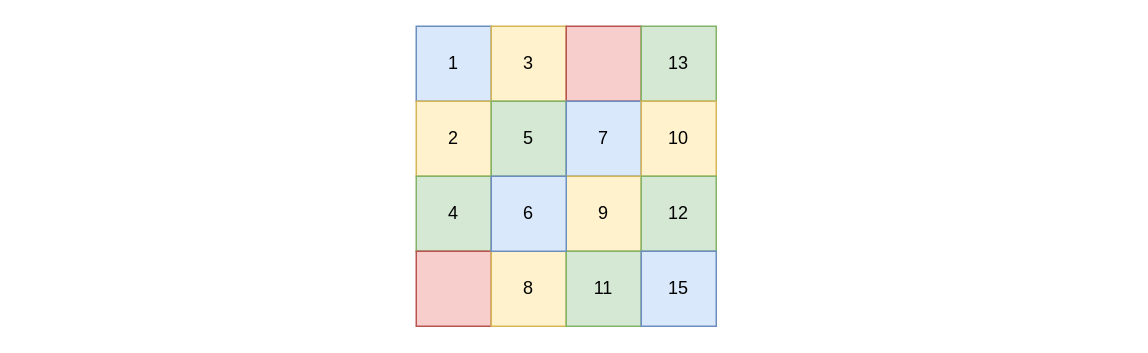
Earlier version of the draw.io diagram algorithm/bfs遍历流程.drawio (erlieStar/diagrams). Source tidied: cells renumbered, new cells numbered last; positions are measured from the earlier drawing's top-left corner, leaving out a move shared by most shapes. Both pictures are drawn from the tidied source at 150%, with x=0, y=0 at pixel (416, 26).
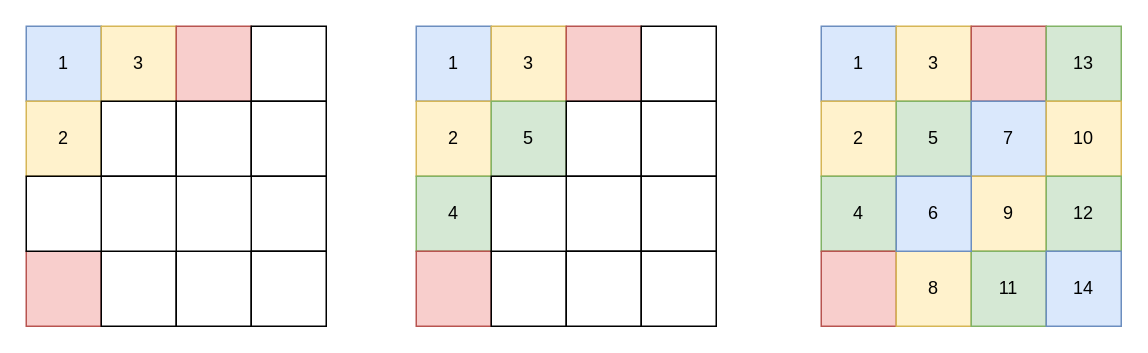
The same page after the edit.

Change to the diagram source:
```diff
@@
-    <mxCell id="7" value="7" style="rounded=0;whiteSpace=wrap;html=1;fillColor=#dae8fc;strokeColor=#6c8ebf;" parent="1" vertex="1">
+    <mxCell id="7" style="rounded=0;whiteSpace=wrap;html=1;" parent="1" vertex="1">
       <mxGeometry x="100" y="50" width="50" height="50" as="geometry" />
     </mxCell>
@@
-    <mxCell id="9" value="9" style="rounded=0;whiteSpace=wrap;html=1;fillColor=#fff2cc;strokeColor=#d6b656;" parent="1" vertex="1">
+    <mxCell id="9" style="rounded=0;whiteSpace=wrap;html=1;" parent="1" vertex="1">
       <mxGeometry x="100" y="100" width="50" height="50" as="geometry" />
     </mxCell>
-    <mxCell id="10" value="13" style="rounded=0;whiteSpace=wrap;html=1;fillColor=#d5e8d4;strokeColor=#82b366;" parent="1" vertex="1">
+    <mxCell id="10" style="rounded=0;whiteSpace=wrap;html=1;" parent="1" vertex="1">
       <mxGeometry x="150" width="50" height="50" as="geometry" />
     </mxCell>
-    <mxCell id="11" value="10" style="rounded=0;whiteSpace=wrap;html=1;fillColor=#fff2cc;strokeColor=#d6b656;" parent="1" vertex="1">
+    <mxCell id="11" style="rounded=0;whiteSpace=wrap;html=1;" parent="1" vertex="1">
       <mxGeometry x="150" y="50" width="50" height="50" as="geometry" />
     </mxCell>
-    <mxCell id="12" value="12" style="rounded=0;whiteSpace=wrap;html=1;fillColor=#d5e8d4;strokeColor=#82b366;" parent="1" vertex="1">
+    <mxCell id="12" style="rounded=0;whiteSpace=wrap;html=1;" parent="1" vertex="1">
       <mxGeometry x="150" y="100" width="50" height="50" as="geometry" />
     </mxCell>
@@
-    <mxCell id="14" value="8" style="rounded=0;whiteSpace=wrap;html=1;fillColor=#fff2cc;strokeColor=#d6b656;" parent="1" vertex="1">
+    <mxCell id="14" style="rounded=0;whiteSpace=wrap;html=1;" parent="1" vertex="1">
       <mxGeometry x="50" y="150" width="50" height="50" as="geometry" />
     </mxCell>
-    <mxCell id="15" value="11" style="rounded=0;whiteSpace=wrap;html=1;fillColor=#d5e8d4;strokeColor=#82b366;" parent="1" vertex="1">
+    <mxCell id="15" style="rounded=0;whiteSpace=wrap;html=1;" parent="1" vertex="1">
       <mxGeometry x="100" y="150" width="50" height="50" as="geometry" />
     </mxCell>
-    <mxCell id="16" value="15" style="rounded=0;whiteSpace=wrap;html=1;fillColor=#dae8fc;strokeColor=#6c8ebf;" parent="1" vertex="1">
+    <mxCell id="16" style="rounded=0;whiteSpace=wrap;html=1;" parent="1" vertex="1">
       <mxGeometry x="150" y="150" width="50" height="50" as="geometry" />
     </mxCell>
-    <mxCell id="17" value="6" style="rounded=0;whiteSpace=wrap;html=1;fillColor=#dae8fc;strokeColor=#6c8ebf;" parent="1" vertex="1">
+    <mxCell id="17" style="rounded=0;whiteSpace=wrap;html=1;" parent="1" vertex="1">
       <mxGeometry x="50" y="100" width="50" height="50" as="geometry" />
     </mxCell>
+    <mxCell id="18" value="1" style="rounded=0;whiteSpace=wrap;html=1;fillColor=#dae8fc;strokeColor=#6c8ebf;" parent="1" vertex="1">
+      <mxGeometry x="-260" width="50" height="50" as="geometry" />
+    </mxCell>
+    <mxCell id="19" value="3" style="rounded=0;whiteSpace=wrap;html=1;fillColor=#fff2cc;strokeColor=#d6b656;" parent="1" vertex="1">
+      <mxGeometry x="-210" width="50" height="50" as="geometry" />
+    </mxCell>
+    <mxCell id="20" style="rounded=0;whiteSpace=wrap;html=1;fillColor=#f8cecc;strokeColor=#b85450;" parent="1" vertex="1">
+      <mxGeometry x="-160" width="50" height="50" as="geometry" />
+    </mxCell>
+    <mxCell id="21" value="2" style="rounded=0;whiteSpace=wrap;html=1;fillColor=#fff2cc;strokeColor=#d6b656;" parent="1" vertex="1">
+      <mxGeometry x="-260" y="50" width="50" height="50" as="geometry" />
+    </mxCell>
+    <mxCell id="22" style="rounded=0;whiteSpace=wrap;html=1;" parent="1" vertex="1">
+      <mxGeometry x="-210" y="50" width="50" height="50" as="geometry" />
+    </mxCell>
+    <mxCell id="23" style="rounded=0;whiteSpace=wrap;html=1;" parent="1" vertex="1">
+      <mxGeometry x="-160" y="50" width="50" height="50" as="geometry" />
+    </mxCell>
+    <mxCell id="24" style="rounded=0;whiteSpace=wrap;html=1;" parent="1" vertex="1">
+      <mxGeometry x="-110" width="50" height="50" as="geometry" />
+    </mxCell>
+    <mxCell id="25" style="rounded=0;whiteSpace=wrap;html=1;" parent="1" vertex="1">
+      <mxGeometry x="-110" y="50" width="50" height="50" as="geometry" />
+    </mxCell>
+    <mxCell id="26" style="rounded=0;whiteSpace=wrap;html=1;" parent="1" vertex="1">
+      <mxGeometry x="-110" y="100" width="50" height="50" as="geometry" />
+    </mxCell>
+    <mxCell id="27" style="rounded=0;whiteSpace=wrap;html=1;fillColor=#f8cecc;strokeColor=#b85450;" parent="1" vertex="1">
+      <mxGeometry x="-260" y="150" width="50" height="50" as="geometry" />
+    </mxCell>
+    <mxCell id="28" style="rounded=0;whiteSpace=wrap;html=1;" parent="1" vertex="1">
+      <mxGeometry x="-210" y="150" width="50" height="50" as="geometry" />
+    </mxCell>
+    <mxCell id="29" style="rounded=0;whiteSpace=wrap;html=1;" parent="1" vertex="1">
+      <mxGeometry x="-160" y="150" width="50" height="50" as="geometry" />
+    </mxCell>
+    <mxCell id="30" style="rounded=0;whiteSpace=wrap;html=1;" parent="1" vertex="1">
+      <mxGeometry x="-110" y="150" width="50" height="50" as="geometry" />
+    </mxCell>
+    <mxCell id="31" style="rounded=0;whiteSpace=wrap;html=1;" parent="1" vertex="1">
+      <mxGeometry x="-210" y="100" width="50" height="50" as="geometry" />
+    </mxCell>
+    <mxCell id="32" value="1" style="rounded=0;whiteSpace=wrap;html=1;fillColor=#dae8fc;strokeColor=#6c8ebf;" parent="1" vertex="1">
+      <mxGeometry x="270" width="50" height="50" as="geometry" />
+    </mxCell>
+    <mxCell id="33" value="3" style="rounded=0;whiteSpace=wrap;html=1;fillColor=#fff2cc;strokeColor=#d6b656;" parent="1" vertex="1">
+      <mxGeometry x="320" width="50" height="50" as="geometry" />
+    </mxCell>
+    <mxCell id="34" style="rounded=0;whiteSpace=wrap;html=1;fillColor=#f8cecc;strokeColor=#b85450;" parent="1" vertex="1">
+      <mxGeometry x="370" width="50" height="50" as="geometry" />
+    </mxCell>
+    <mxCell id="35" value="2" style="rounded=0;whiteSpace=wrap;html=1;fillColor=#fff2cc;strokeColor=#d6b656;" parent="1" vertex="1">
+      <mxGeometry x="270" y="50" width="50" height="50" as="geometry" />
+    </mxCell>
+    <mxCell id="36" value="5" style="rounded=0;whiteSpace=wrap;html=1;fillColor=#d5e8d4;strokeColor=#82b366;" parent="1" vertex="1">
+      <mxGeometry x="320" y="50" width="50" height="50" as="geometry" />
+    </mxCell>
+    <mxCell id="37" value="7" style="rounded=0;whiteSpace=wrap;html=1;fillColor=#dae8fc;strokeColor=#6c8ebf;" parent="1" vertex="1">
+      <mxGeometry x="370" y="50" width="50" height="50" as="geometry" />
+    </mxCell>
+    <mxCell id="38" value="4" style="rounded=0;whiteSpace=wrap;html=1;fillColor=#d5e8d4;strokeColor=#82b366;" parent="1" vertex="1">
+      <mxGeometry x="270" y="100" width="50" height="50" as="geometry" />
+    </mxCell>
+    <mxCell id="39" value="9" style="rounded=0;whiteSpace=wrap;html=1;fillColor=#fff2cc;strokeColor=#d6b656;" parent="1" vertex="1">
+      <mxGeometry x="370" y="100" width="50" height="50" as="geometry" />
+    </mxCell>
+    <mxCell id="40" value="13" style="rounded=0;whiteSpace=wrap;html=1;fillColor=#d5e8d4;strokeColor=#82b366;" parent="1" vertex="1">
+      <mxGeometry x="420" width="50" height="50" as="geometry" />
+    </mxCell>
+    <mxCell id="41" value="10" style="rounded=0;whiteSpace=wrap;html=1;fillColor=#fff2cc;strokeColor=#d6b656;" parent="1" vertex="1">
+      <mxGeometry x="420" y="50" width="50" height="50" as="geometry" />
+    </mxCell>
+    <mxCell id="42" value="12" style="rounded=0;whiteSpace=wrap;html=1;fillColor=#d5e8d4;strokeColor=#82b366;" parent="1" vertex="1">
+      <mxGeometry x="420" y="100" width="50" height="50" as="geometry" />
+    </mxCell>
+    <mxCell id="43" style="rounded=0;whiteSpace=wrap;html=1;fillColor=#f8cecc;strokeColor=#b85450;" parent="1" vertex="1">
+      <mxGeometry x="270" y="150" width="50" height="50" as="geometry" />
+    </mxCell>
+    <mxCell id="44" value="8" style="rounded=0;whiteSpace=wrap;html=1;fillColor=#fff2cc;strokeColor=#d6b656;" parent="1" vertex="1">
+      <mxGeometry x="320" y="150" width="50" height="50" as="geometry" />
+    </mxCell>
+    <mxCell id="45" value="11" style="rounded=0;whiteSpace=wrap;html=1;fillColor=#d5e8d4;strokeColor=#82b366;" parent="1" vertex="1">
+      <mxGeometry x="370" y="150" width="50" height="50" as="geometry" />
+    </mxCell>
+    <mxCell id="46" value="14" style="rounded=0;whiteSpace=wrap;html=1;fillColor=#dae8fc;strokeColor=#6c8ebf;" parent="1" vertex="1">
+      <mxGeometry x="420" y="150" width="50" height="50" as="geometry" />
+    </mxCell>
+    <mxCell id="47" value="6" style="rounded=0;whiteSpace=wrap;html=1;fillColor=#dae8fc;strokeColor=#6c8ebf;" parent="1" vertex="1">
+      <mxGeometry x="320" y="100" width="50" height="50" as="geometry" />
+    </mxCell>
+    <mxCell id="48" style="rounded=0;whiteSpace=wrap;html=1;" parent="1" vertex="1">
+      <mxGeometry x="-260" y="100" width="50" height="50" as="geometry" />
+    </mxCell>
```
